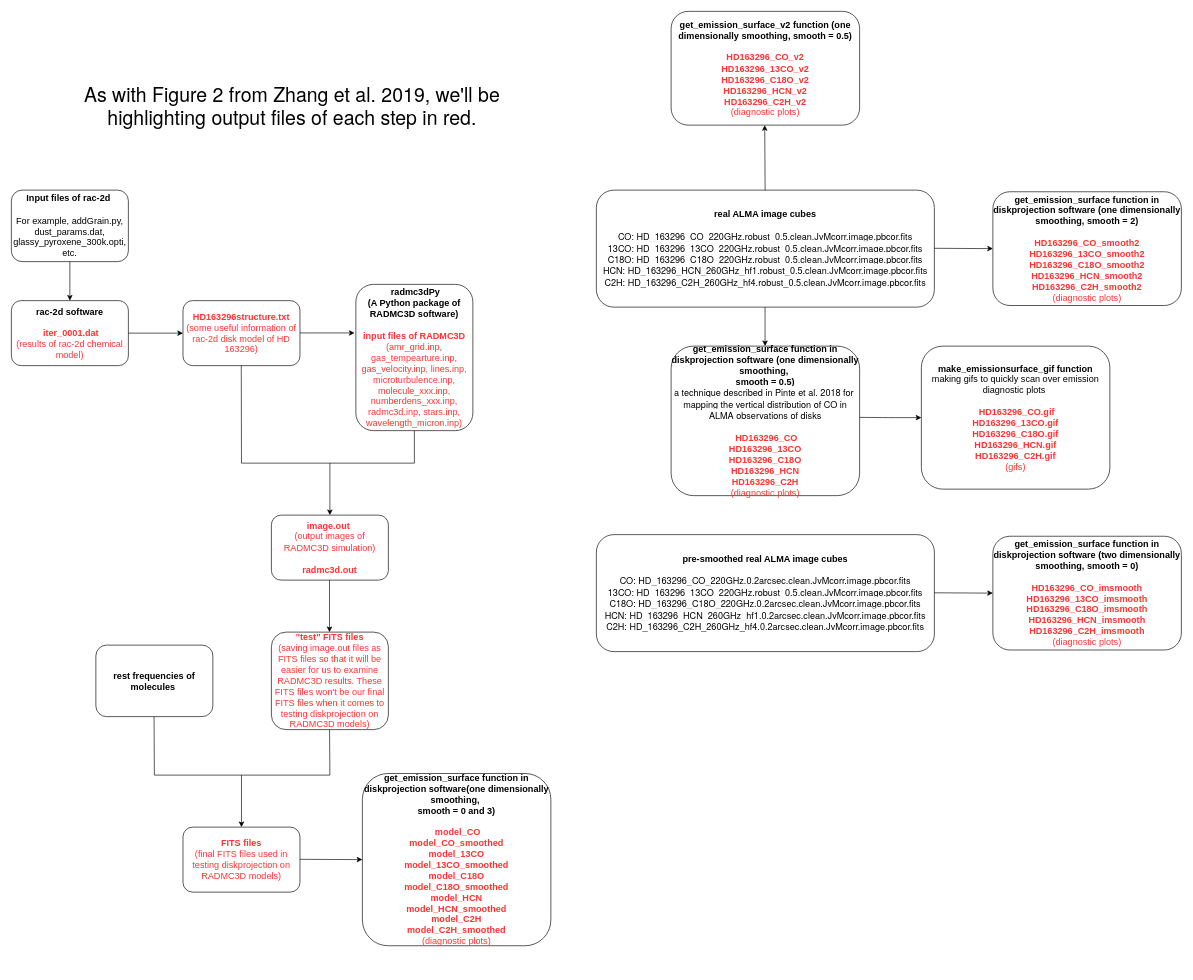
Above: notebooks/Untitled flowchart.drawio in feilongm/Notebooks (draw.io), before the change. Source tidied: cells renumbered, new cells numbered last; positions are measured from the earlier drawing's top-left corner, leaving out a move shared by most shapes. Both pictures are drawn from the tidied source at 65%, with x=0, y=0 at pixel (11, 11).
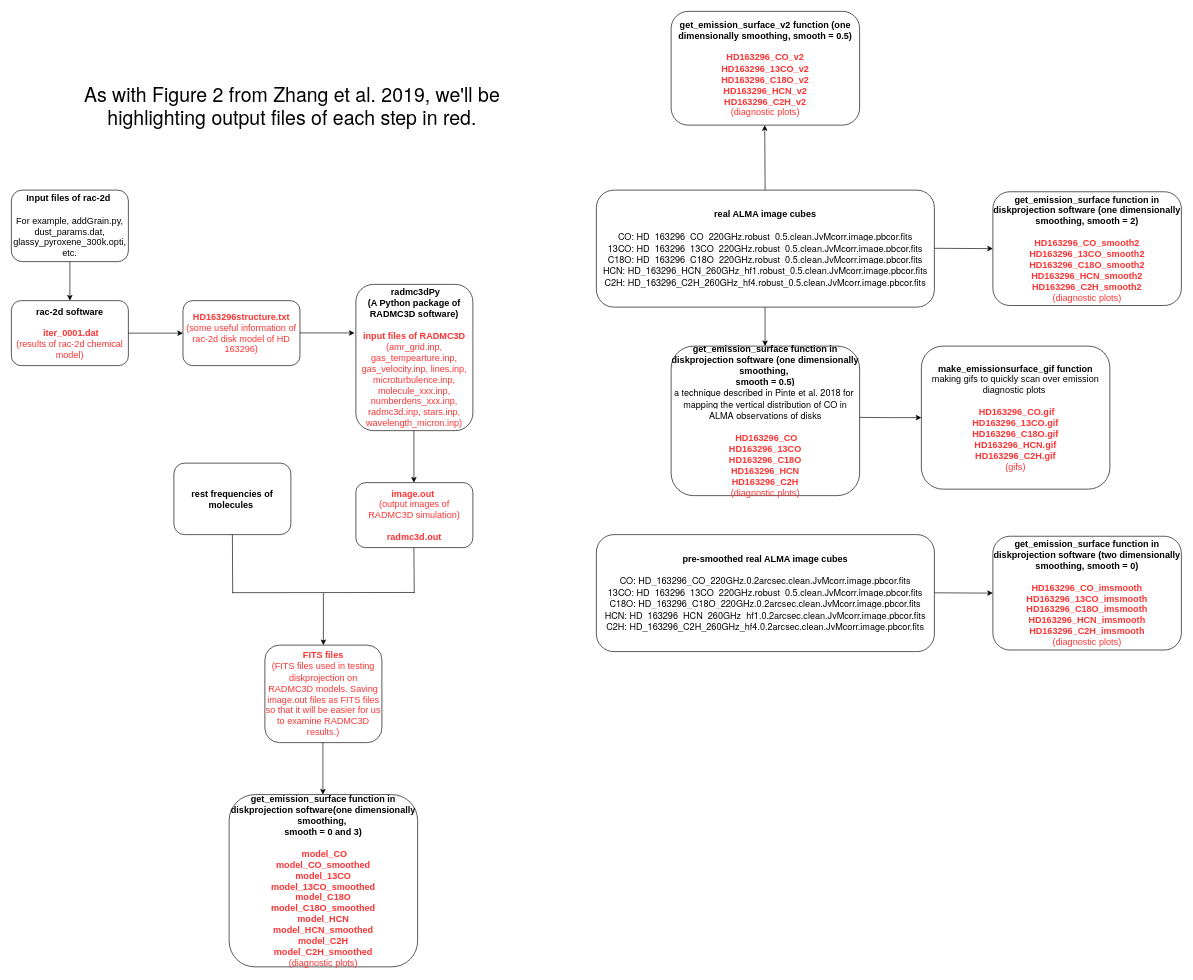
After the change.

The edit, as a diff of the source:
```diff
@@
-    <mxCell id="10" style="endArrow=none;html=1;" parent="1" edge="1">
-      <mxGeometry relative="1" as="geometry">
-        <mxPoint x="354" y="695" as="sourcePoint" />
-        <mxPoint x="353.7" y="545" as="targetPoint" />
-      </mxGeometry>
-    </mxCell>
-    <mxCell id="11" style="endArrow=none;html=1;" parent="1" edge="1">
-      <mxGeometry relative="1" as="geometry">
-        <mxPoint x="354" y="695" as="sourcePoint" />
-        <mxPoint x="620" y="695" as="targetPoint" />
-      </mxGeometry>
-    </mxCell>
-    <mxCell id="12" style="endArrow=none;html=1;" parent="1" edge="1">
-      <mxGeometry relative="1" as="geometry">
-        <mxPoint x="620" y="695" as="sourcePoint" />
-        <mxPoint x="620" y="645" as="targetPoint" />
-      </mxGeometry>
-    </mxCell>
     <mxCell id="13" style="endArrow=classic;html=1;" parent="1" edge="1">
       <mxGeometry relative="1" as="geometry">
-        <mxPoint x="490" y="695" as="sourcePoint" />
-        <mxPoint x="490" y="775" as="targetPoint" />
+        <mxPoint x="619.3" y="645" as="sourcePoint" />
+        <mxPoint x="619.3" y="725" as="targetPoint" />
       </mxGeometry>
     </mxCell>
     <mxCell id="14" value="&lt;font style=&quot;font-size: 14px&quot;&gt;&lt;font color=&quot;#ff3333&quot;&gt;&lt;b&gt;image.out&lt;/b&gt;&amp;nbsp;&lt;br&gt;(output images of RADMC3D simulation)&lt;br&gt;&lt;br&gt;&lt;/font&gt;&lt;b style=&quot;color: rgb(255 , 51 , 51)&quot;&gt;radmc3d.out&lt;/b&gt;&lt;font color=&quot;#ff3333&quot;&gt;&lt;br&gt;&lt;/font&gt;&lt;/font&gt;" style="rounded=1;whiteSpace=wrap;html=1;" parent="1" vertex="1">
-      <mxGeometry x="400" y="775" width="180" height="100" as="geometry" />
+      <mxGeometry x="530" y="725" width="180" height="100" as="geometry" />
     </mxCell>
-    <mxCell id="15" style="endArrow=classic;html=1;" parent="1" edge="1">
-      <mxGeometry relative="1" as="geometry">
-        <mxPoint x="489.4" y="875" as="sourcePoint" />
-        <mxPoint x="489.4" y="955" as="targetPoint" />
-      </mxGeometry>
-    </mxCell>
-    <mxCell id="16" value="&lt;font style=&quot;font-size: 14px&quot;&gt;&lt;font color=&quot;#ff3333&quot;&gt;&lt;b&gt;&quot;test&quot; FITS files&lt;br&gt;&lt;/b&gt;&lt;/font&gt;&lt;span style=&quot;color: rgb(255 , 51 , 51)&quot;&gt;(saving image.out files as FITS files so that it will be easier for us to examine RADMC3D results. These FITS files won't be our final FITS files when it comes to testing diskprojection on RADMC3D models)&lt;/span&gt;&lt;font color=&quot;#ff3333&quot;&gt;&lt;br&gt;&lt;/font&gt;&lt;/font&gt;" style="rounded=1;whiteSpace=wrap;html=1;" parent="1" vertex="1">
-      <mxGeometry x="400" y="955" width="180" height="150" as="geometry" />
-    </mxCell>
@@
     <mxCell id="25" value="&lt;font style=&quot;font-size: 14px&quot;&gt;&lt;b&gt;rest frequencies of molecules&lt;/b&gt;&amp;nbsp;&lt;br&gt;&lt;/font&gt;" style="rounded=1;whiteSpace=wrap;html=1;" parent="1" vertex="1">
-      <mxGeometry x="130" y="975" width="180" height="110" as="geometry" />
+      <mxGeometry x="250" y="695" width="180" height="110" as="geometry" />
     </mxCell>
     <mxCell id="26" style="endArrow=none;html=1;" parent="1" edge="1">
       <mxGeometry relative="1" as="geometry">
-        <mxPoint x="220" y="1175" as="sourcePoint" />
-        <mxPoint x="219.5" y="1085" as="targetPoint" />
+        <mxPoint x="340.5" y="895" as="sourcePoint" />
+        <mxPoint x="340" y="805" as="targetPoint" />
       </mxGeometry>
     </mxCell>
     <mxCell id="27" style="endArrow=none;html=1;" parent="1" edge="1">
       <mxGeometry relative="1" as="geometry">
-        <mxPoint x="490" y="1175" as="sourcePoint" />
-        <mxPoint x="489.5" y="1105" as="targetPoint" />
+        <mxPoint x="619.8" y="895" as="sourcePoint" />
+        <mxPoint x="619.3" y="825" as="targetPoint" />
       </mxGeometry>
     </mxCell>
     <mxCell id="28" style="endArrow=none;html=1;" parent="1" edge="1">
       <mxGeometry relative="1" as="geometry">
-        <mxPoint x="220" y="1175" as="sourcePoint" />
-        <mxPoint x="490" y="1175" as="targetPoint" />
+        <mxPoint x="340" y="894.3" as="sourcePoint" />
+        <mxPoint x="620" y="894" as="targetPoint" />
       </mxGeometry>
     </mxCell>
     <mxCell id="29" style="endArrow=classic;html=1;" parent="1" edge="1">
       <mxGeometry relative="1" as="geometry">
-        <mxPoint x="354" y="1175" as="sourcePoint" />
-        <mxPoint x="354" y="1255" as="targetPoint" />
+        <mxPoint x="480" y="895" as="sourcePoint" />
+        <mxPoint x="480" y="975" as="targetPoint" />
       </mxGeometry>
     </mxCell>
-    <mxCell id="30" value="&lt;font style=&quot;font-size: 14px&quot;&gt;&lt;font color=&quot;#ff3333&quot;&gt;&lt;b&gt;FITS files&lt;br&gt;&lt;/b&gt;&lt;/font&gt;&lt;span style=&quot;color: rgb(255 , 51 , 51)&quot;&gt;(final FITS files used in testing diskprojection on RADMC3D models)&lt;/span&gt;&lt;font color=&quot;#ff3333&quot;&gt;&lt;br&gt;&lt;/font&gt;&lt;/font&gt;" style="rounded=1;whiteSpace=wrap;html=1;" parent="1" vertex="1">
-      <mxGeometry x="264" y="1255" width="180" height="100" as="geometry" />
+    <mxCell id="30" value="&lt;font style=&quot;font-size: 14px&quot;&gt;&lt;font color=&quot;#ff3333&quot;&gt;&lt;b&gt;FITS files&lt;br&gt;&lt;/b&gt;&lt;/font&gt;&lt;span style=&quot;color: rgb(255 , 51 , 51)&quot;&gt;(FITS files used in testing diskprojection on RADMC3D models. S&lt;/span&gt;&lt;span style=&quot;color: rgb(255 , 51 , 51)&quot;&gt;aving image.out files as FITS files so that it will be easier for us to examine RADMC3D results.&lt;/span&gt;&lt;span style=&quot;color: rgb(255 , 51 , 51)&quot;&gt;)&lt;/span&gt;&lt;font color=&quot;#ff3333&quot;&gt;&lt;br&gt;&lt;/font&gt;&lt;/font&gt;" style="rounded=1;whiteSpace=wrap;html=1;" parent="1" vertex="1">
+      <mxGeometry x="390" y="975" width="180" height="150" as="geometry" />
     </mxCell>
     <mxCell id="31" value="&lt;font style=&quot;font-size: 14px&quot;&gt;&lt;b&gt;get_emission_surface function in diskprojection software(&lt;/b&gt;&lt;b&gt;one dimensionally smoothing,&amp;nbsp;&lt;/b&gt;&lt;b&gt;&lt;br&gt;smooth = 0 and 3)&lt;/b&gt;&lt;b&gt;&lt;br&gt;&lt;br&gt;&lt;/b&gt;&amp;nbsp;&lt;b style=&quot;color: rgb(255 , 51 , 51)&quot;&gt;model_CO&lt;br&gt;&lt;/b&gt;&lt;b style=&quot;color: rgb(255 , 51 , 51)&quot;&gt;model_CO_smoothed&lt;/b&gt;&lt;font color=&quot;#ff3333&quot;&gt;&lt;b&gt;&lt;br&gt;&lt;/b&gt;&lt;/font&gt;&lt;b style=&quot;color: rgb(255 , 51 , 51)&quot;&gt;model_13CO&lt;br&gt;&lt;/b&gt;&lt;b style=&quot;color: rgb(255 , 51 , 51)&quot;&gt;model_13CO_smoothed&lt;/b&gt;&lt;b style=&quot;color: rgb(255 , 51 , 51)&quot;&gt;&lt;br&gt;&lt;/b&gt;&lt;b style=&quot;color: rgb(255 , 51 , 51)&quot;&gt;model_C18O&lt;br&gt;&lt;/b&gt;&lt;b style=&quot;color: rgb(255 , 51 , 51)&quot;&gt;model_C18O_smoothed&lt;/b&gt;&lt;b style=&quot;color: rgb(255 , 51 , 51)&quot;&gt;&lt;br&gt;&lt;/b&gt;&lt;b style=&quot;color: rgb(255 , 51 , 51)&quot;&gt;model_HCN&lt;br&gt;&lt;/b&gt;&lt;b style=&quot;color: rgb(255 , 51 , 51)&quot;&gt;model_HCN_smoothed&lt;/b&gt;&lt;b style=&quot;color: rgb(255 , 51 , 51)&quot;&gt;&lt;br&gt;&lt;/b&gt;&lt;b style=&quot;color: rgb(255 , 51 , 51)&quot;&gt;model_C2H&lt;br&gt;&lt;/b&gt;&lt;b style=&quot;color: rgb(255 , 51 , 51)&quot;&gt;model_C2H_smoothed&lt;/b&gt;&lt;font color=&quot;#ff3333&quot;&gt;&lt;br&gt;(diagnostic plots)&lt;/font&gt;&lt;/font&gt;" style="rounded=1;whiteSpace=wrap;html=1;" parent="1" vertex="1">
-      <mxGeometry x="540" y="1172.5" width="290" height="265" as="geometry" />
+      <mxGeometry x="335" y="1205" width="290" height="265" as="geometry" />
     </mxCell>
-    <mxCell id="32" style="endArrow=classic;html=1;exitX=1;exitY=0.5;exitDx=0;exitDy=0;" parent="1" edge="1">
-      <mxGeometry relative="1" as="geometry">
-        <mxPoint x="444" y="1304.5" as="sourcePoint" />
-        <mxPoint x="540" y="1305" as="targetPoint" />
-      </mxGeometry>
-    </mxCell>
@@
+    <mxCell id="37" style="endArrow=classic;html=1;" parent="1" edge="1">
+      <mxGeometry relative="1" as="geometry">
+        <mxPoint x="479.3" y="1125" as="sourcePoint" />
+        <mxPoint x="479.3" y="1205" as="targetPoint" />
+      </mxGeometry>
+    </mxCell>
```
